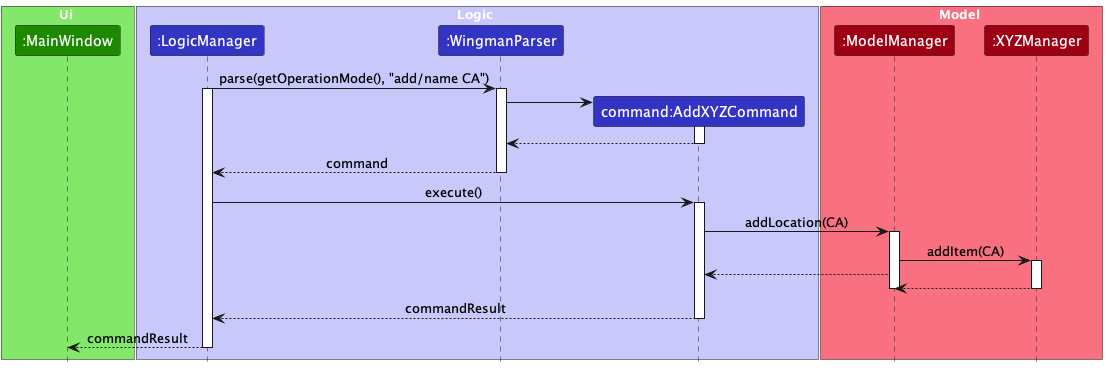
nus-cs2103-AY2223S2/tp keeps this PlantUML diagram as docs/images/WingmanAddCommandSequenceDiagram.png. Above is the earlier version. The source it was exported from:
```plantuml
@startuml
!include style.puml

box Ui UI_COLOR_T1
participant ":MainWindow" as MainWindow UI_COLOR
end box

box Logic LOGIC_COLOR_T1
participant ":LogicManager" as LogicManager LOGIC_COLOR
participant ":WingmanParser" as WingmanParser LOGIC_COLOR
participant "command:AddXYZCommand" as AddXYZCommand LOGIC_COLOR
end box

box Model MODEL_COLOR_T1
participant ":ModelManager" as ModelManager MODEL_COLOR
participant ":XYZManager" as XYZManager MODEL_COLOR
end box

LogicManager -> WingmanParser : parse(getOperationMode(), "add/name CA")
activate LogicManager
activate WingmanParser

create AddXYZCommand
WingmanParser -> AddXYZCommand
activate AddXYZCommand
AddXYZCommand --> WingmanParser
deactivate AddXYZCommand

WingmanParser --> LogicManager : command
deactivate WingmanParser

LogicManager -> AddXYZCommand : execute()
activate AddXYZCommand

AddXYZCommand -> ModelManager : addLocation(CA)
activate ModelManager

ModelManager -> XYZManager : addItem(CA)
activate XYZManager

ModelManager --> AddXYZCommand
XYZManager --> ModelManager
deactivate ModelManager
deactivate XYZManager

AddXYZCommand --> LogicManager : commandResult
deactivate AddXYZCommand

LogicManager --> MainWindow : commandResult
deactivate LogicManager

@enduml
```
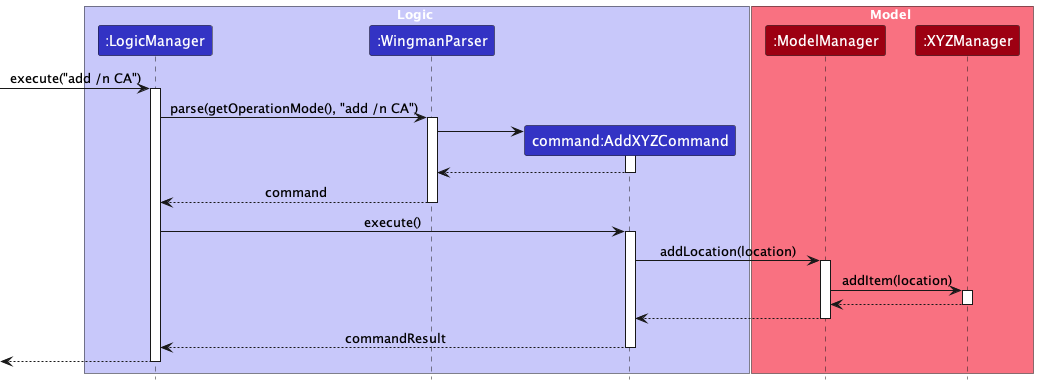
The same diagram one commit later.

Commit message:
Fix the add command's UML

Diff of the diagram source:
```diff
@@ -1,9 +1,5 @@
 @startuml
 !include style.puml
-
-box Ui UI_COLOR_T1
-participant ":MainWindow" as MainWindow UI_COLOR
-end box
 
 box Logic LOGIC_COLOR_T1
 participant ":LogicManager" as LogicManager LOGIC_COLOR
@@ -16,8 +12,10 @@
 participant ":XYZManager" as XYZManager MODEL_COLOR
 end box
 
-LogicManager -> WingmanParser : parse(getOperationMode(), "add/name CA")
+[-> LogicManager : execute("add /n CA")
 activate LogicManager
+
+LogicManager -> WingmanParser : parse(getOperationMode(), "add /n CA")
 activate WingmanParser
 
 create AddXYZCommand
@@ -32,21 +30,20 @@
 LogicManager -> AddXYZCommand : execute()
 activate AddXYZCommand
 
-AddXYZCommand -> ModelManager : addLocation(CA)
+AddXYZCommand -> ModelManager : addLocation(location)
 activate ModelManager
 
-ModelManager -> XYZManager : addItem(CA)
+ModelManager -> XYZManager : addItem(location)
 activate XYZManager
 
+XYZManager --> ModelManager
+deactivate XYZManager
 ModelManager --> AddXYZCommand
-XYZManager --> ModelManager
 deactivate ModelManager
-deactivate XYZManager
 
 AddXYZCommand --> LogicManager : commandResult
 deactivate AddXYZCommand
 
-LogicManager --> MainWindow : commandResult
+[<--LogicManager
 deactivate LogicManager
-
 @enduml
```
